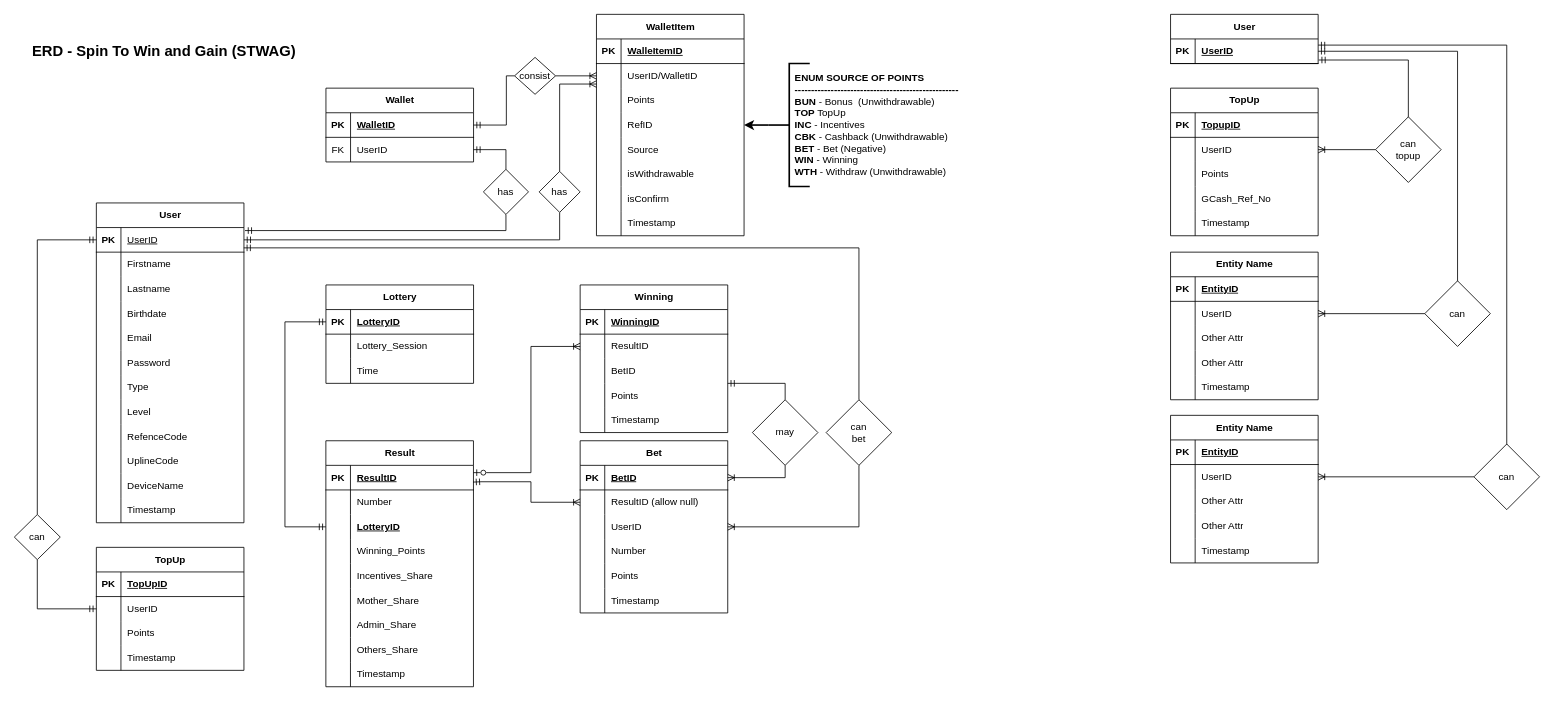
ediangca/STWAG keeps this draw.io diagram as page "DFD" (3 of 3) of STWAG.drawio. Above is the earlier version. Source tidied: cells renumbered, new cells numbered last; positions are measured from the earlier drawing's top-left corner, leaving out a move shared by most shapes. Both pictures are drawn from the tidied source at 82%, with x=0, y=0 at pixel (14, 14).
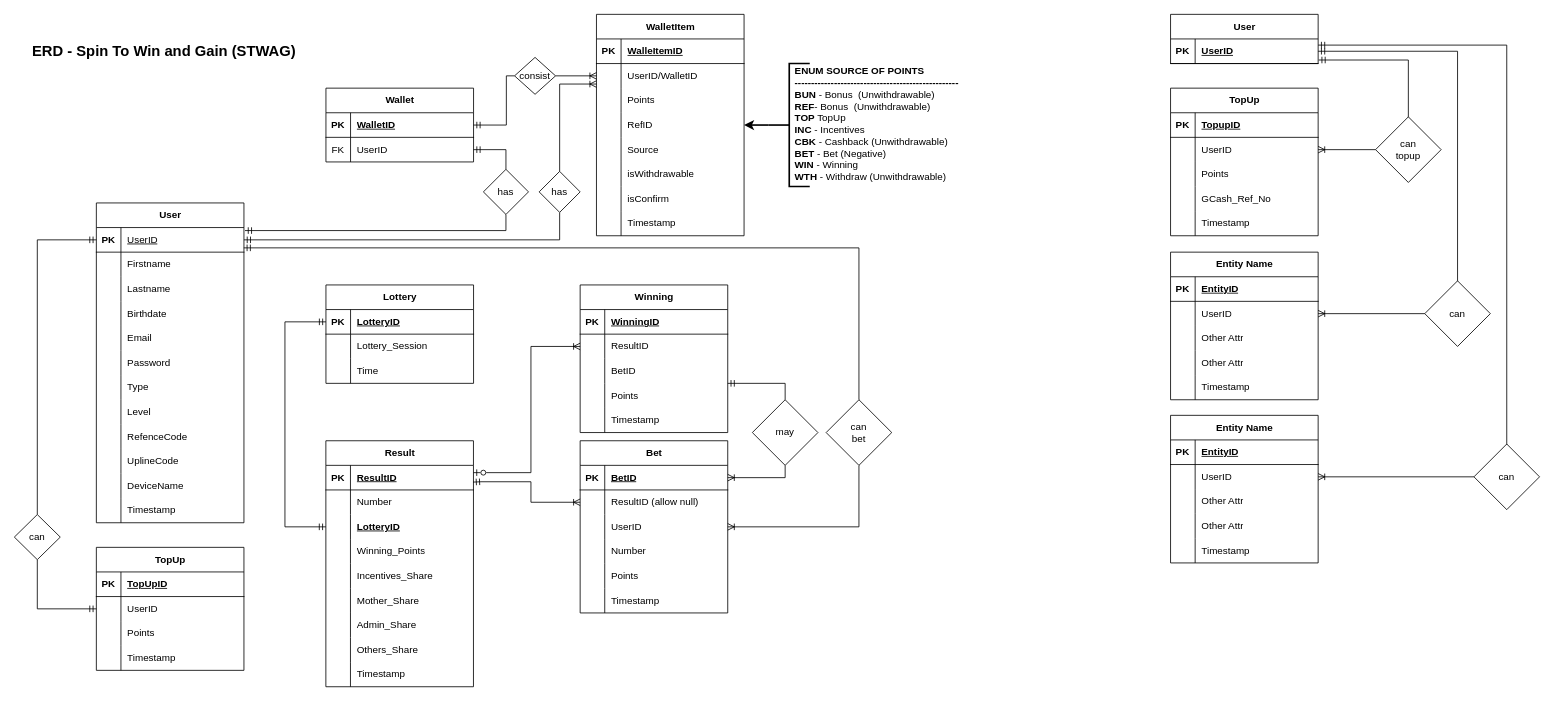
Above is the later version.

Unchanged cells that the change refers to:
```xml
<mxCell id="161" value=" " style="group;strokeWidth=1;" parent="134" vertex="1">
  <mxGeometry x="210.1" y="70" width="280" height="150" as="geometry" />
</mxCell>
```

What changed in the source:
```diff
@@
-    <mxCell id="163" value="ENUM SOURCE OF POINTS&lt;div&gt;--------------------------------------------------&lt;br&gt;&lt;div&gt;&lt;span style=&quot;background-color: transparent; color: light-dark(rgb(0, 0, 0), rgb(255, 255, 255));&quot;&gt;BUN&lt;/span&gt;&lt;span style=&quot;font-weight: normal; background-color: transparent; color: light-dark(rgb(0, 0, 0), rgb(255, 255, 255));&quot;&gt; - Bonus&amp;nbsp;&lt;/span&gt;&lt;span style=&quot;font-weight: 400; background-color: transparent; color: light-dark(rgb(0, 0, 0), rgb(255, 255, 255));&quot;&gt;&amp;nbsp;&lt;/span&gt;&lt;span style=&quot;font-weight: 400; background-color: transparent; color: light-dark(rgb(0, 0, 0), rgb(255, 255, 255));&quot;&gt;(Unwithdrawable)&lt;/span&gt;&lt;/div&gt;&lt;div&gt;&lt;font style=&quot;&quot;&gt;TOP&lt;/font&gt;&lt;font style=&quot;font-weight: normal;&quot;&gt; TopUp&lt;/font&gt;&lt;/div&gt;&lt;div&gt;&lt;font style=&quot;&quot;&gt;INC&lt;/font&gt;&lt;font style=&quot;font-weight: normal;&quot;&gt; - Incentives&lt;/font&gt;&lt;/div&gt;&lt;div&gt;&lt;font style=&quot;&quot;&gt;CBK&lt;/font&gt;&lt;font style=&quot;font-weight: normal;&quot;&gt; - Cashback (Unwithdrawable)&lt;/font&gt;&lt;/div&gt;&lt;div&gt;&lt;font style=&quot;font-weight: normal;&quot;&gt;&lt;font style=&quot;font-weight: 700;&quot;&gt;BET&amp;nbsp;&lt;span style=&quot;font-weight: normal;&quot;&gt;-&amp;nbsp;&lt;/span&gt;&lt;/font&gt;Bet (Negative)&lt;/font&gt;&lt;/div&gt;&lt;div&gt;&lt;font style=&quot;&quot;&gt;WIN&lt;/font&gt;&lt;font style=&quot;font-weight: normal;&quot;&gt; - Winning&lt;/font&gt;&lt;/div&gt;WTH&amp;nbsp;&lt;span style=&quot;font-weight: normal;&quot;&gt;- Withdraw&amp;nbsp;&lt;/span&gt;&lt;span style=&quot;font-weight: 400; background-color: transparent; color: light-dark(rgb(0, 0, 0), rgb(255, 255, 255));&quot;&gt;(Unwithdrawable)&lt;/span&gt;&lt;/div&gt;" style="text;html=1;align=left;verticalAlign=middle;whiteSpace=wrap;rounded=0;fontFamily=Helvetica;fontSize=12;fontColor=default;fontStyle=1;" parent="161" vertex="1">
-      <mxGeometry x="30" width="250" height="130" as="geometry" />
+    <mxCell id="163" value="ENUM SOURCE OF POINTS&lt;div&gt;--------------------------------------------------&lt;br&gt;&lt;div&gt;&lt;span style=&quot;background-color: transparent; color: light-dark(rgb(0, 0, 0), rgb(255, 255, 255));&quot;&gt;BUN&lt;/span&gt;&lt;span style=&quot;font-weight: normal; background-color: transparent; color: light-dark(rgb(0, 0, 0), rgb(255, 255, 255));&quot;&gt; - Bonus&amp;nbsp;&lt;/span&gt;&lt;span style=&quot;font-weight: 400; background-color: transparent; color: light-dark(rgb(0, 0, 0), rgb(255, 255, 255));&quot;&gt;&amp;nbsp;&lt;/span&gt;&lt;span style=&quot;font-weight: 400; background-color: transparent; color: light-dark(rgb(0, 0, 0), rgb(255, 255, 255));&quot;&gt;(Unwithdrawable)&lt;/span&gt;&lt;/div&gt;&lt;div&gt;&lt;span style=&quot;color: light-dark(rgb(0, 0, 0), rgb(255, 255, 255)); background-color: transparent;&quot;&gt;REF&lt;/span&gt;&lt;span style=&quot;color: light-dark(rgb(0, 0, 0), rgb(255, 255, 255)); background-color: transparent; font-weight: normal;&quot;&gt;- Bonus&amp;nbsp;&lt;/span&gt;&lt;span style=&quot;color: light-dark(rgb(0, 0, 0), rgb(255, 255, 255)); background-color: transparent; font-weight: 400;&quot;&gt;&amp;nbsp;&lt;/span&gt;&lt;span style=&quot;color: light-dark(rgb(0, 0, 0), rgb(255, 255, 255)); background-color: transparent; font-weight: 400;&quot;&gt;(Unwithdrawable)&lt;/span&gt;&lt;span style=&quot;font-weight: 400; background-color: transparent; color: light-dark(rgb(0, 0, 0), rgb(255, 255, 255));&quot;&gt;&lt;/span&gt;&lt;/div&gt;&lt;div&gt;&lt;font style=&quot;&quot;&gt;TOP&lt;/font&gt;&lt;font style=&quot;font-weight: normal;&quot;&gt; TopUp&lt;/font&gt;&lt;/div&gt;&lt;div&gt;&lt;font style=&quot;&quot;&gt;INC&lt;/font&gt;&lt;font style=&quot;font-weight: normal;&quot;&gt; - Incentives&lt;/font&gt;&lt;/div&gt;&lt;div&gt;&lt;font style=&quot;&quot;&gt;CBK&lt;/font&gt;&lt;font style=&quot;font-weight: normal;&quot;&gt; - Cashback (Unwithdrawable)&lt;/font&gt;&lt;/div&gt;&lt;div&gt;&lt;font style=&quot;font-weight: normal;&quot;&gt;&lt;font style=&quot;font-weight: 700;&quot;&gt;BET&amp;nbsp;&lt;span style=&quot;font-weight: normal;&quot;&gt;-&amp;nbsp;&lt;/span&gt;&lt;/font&gt;Bet (Negative)&lt;/font&gt;&lt;/div&gt;&lt;div&gt;&lt;font style=&quot;&quot;&gt;WIN&lt;/font&gt;&lt;font style=&quot;font-weight: normal;&quot;&gt; - Winning&lt;/font&gt;&lt;/div&gt;WTH&amp;nbsp;&lt;span style=&quot;font-weight: normal;&quot;&gt;- Withdraw&amp;nbsp;&lt;/span&gt;&lt;span style=&quot;font-weight: 400; background-color: transparent; color: light-dark(rgb(0, 0, 0), rgb(255, 255, 255));&quot;&gt;(Unwithdrawable)&lt;/span&gt;&lt;/div&gt;&lt;div&gt;&lt;span style=&quot;font-weight: 400; background-color: transparent; color: light-dark(rgb(0, 0, 0), rgb(255, 255, 255));&quot;&gt;&lt;br&gt;&lt;/span&gt;&lt;/div&gt;" style="text;html=1;align=left;verticalAlign=middle;whiteSpace=wrap;rounded=0;fontFamily=Helvetica;fontSize=12;fontColor=default;fontStyle=1;" parent="161" vertex="1">
+      <mxGeometry x="30" y="6" width="250" height="130" as="geometry" />
     </mxCell>
```
